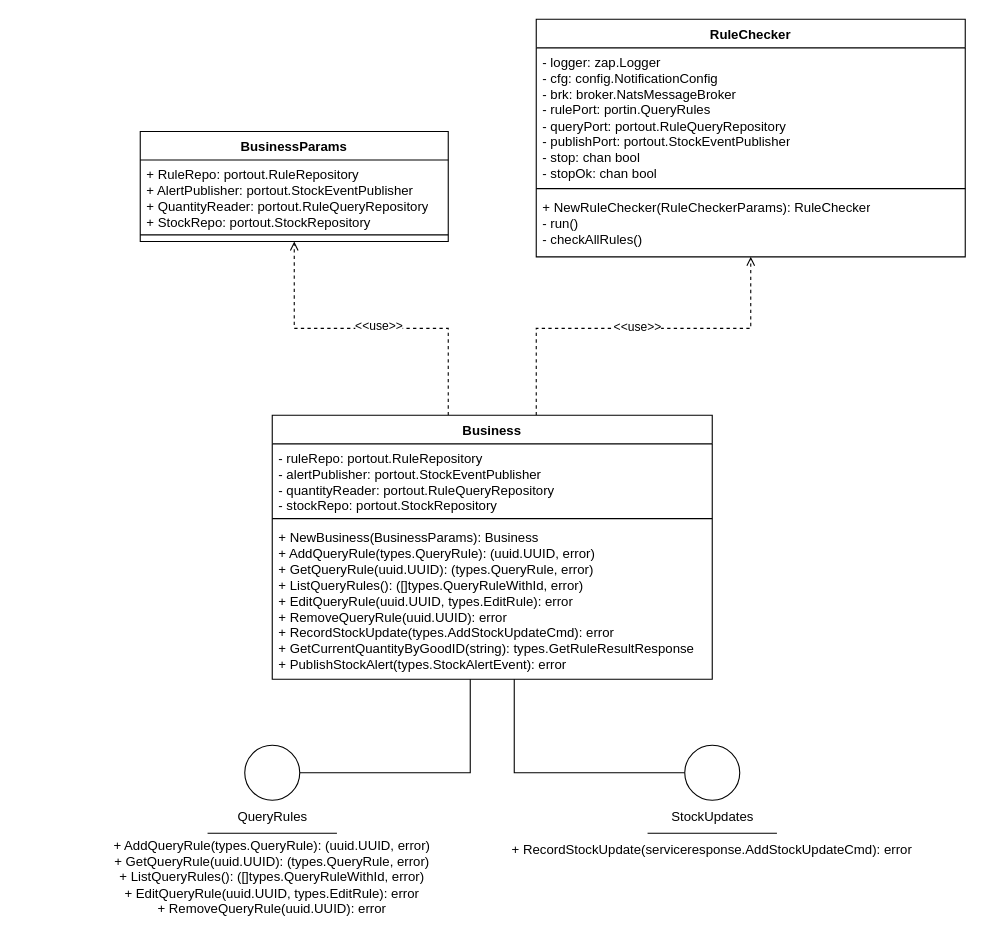
The draw.io diagram page "business" (3 of 4) of assets/drawio/notification.drawio in alimitedgroup/alimitedgroup.github.io, before the edit. Source tidied: cells renumbered, new cells numbered last; positions are measured from the earlier drawing's top-left corner, leaving out a move shared by most shapes. Both pictures are drawn from the tidied source at 110%, with x=0, y=0 at pixel (52, 19).
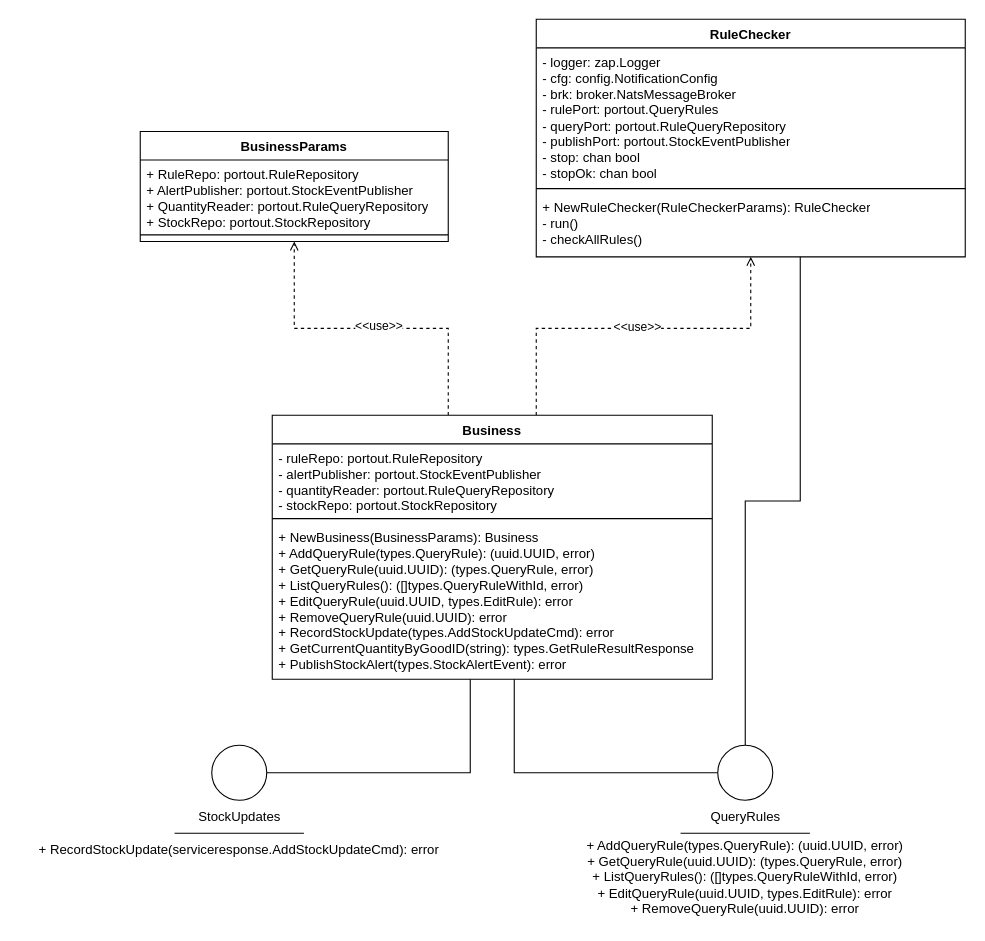
Above is the later version.

Unchanged cells that the change refers to:
```xml
<mxCell id="6" value="Business" style="swimlane;fontStyle=1;align=center;verticalAlign=top;horizontal=1;startSize=26;whiteSpace=wrap;html=1;" parent="1" vertex="1">
  <mxGeometry x="200" y="360" width="400" height="240" as="geometry" />
</mxCell>
<mxCell id="24" value="RuleChecker" style="swimlane;fontStyle=1;align=center;verticalAlign=top;horizontal=1;startSize=26;whiteSpace=wrap;html=1;" parent="1" vertex="1">
  <mxGeometry x="440" width="390" height="216" as="geometry" />
</mxCell>
```

What changed in the source:
```diff
@@
-    <mxCell id="14" style="edgeStyle=orthogonalEdgeStyle;shape=connector;rounded=0;jettySize=auto;html=1;strokeColor=default;align=center;verticalAlign=middle;fontFamily=Helvetica;fontSize=11;fontColor=default;labelBackgroundColor=default;endArrow=none;endFill=0;endSize=8;exitX=1;exitY=0.5;exitDx=0;exitDy=0;startFill=0;startArrow=none;" parent="1" edge="1" source="15" target="6">
+    <mxCell id="14" style="edgeStyle=orthogonalEdgeStyle;shape=connector;rounded=0;jettySize=auto;html=1;strokeColor=default;align=center;verticalAlign=middle;fontFamily=Helvetica;fontSize=11;fontColor=default;labelBackgroundColor=default;endArrow=none;endFill=0;endSize=8;startFill=0;startArrow=none;" parent="1" edge="1" source="15" target="6">
       <mxGeometry relative="1" as="geometry">
         <Array as="points">
-          <mxPoint x="380" y="685" />
+          <mxPoint x="420" y="685" />
         </Array>
       </mxGeometry>
     </mxCell>
+    <mxCell id="28" style="edgeStyle=orthogonalEdgeStyle;shape=connector;rounded=0;jettySize=auto;html=1;strokeColor=default;align=center;verticalAlign=middle;fontFamily=Helvetica;fontSize=11;fontColor=default;labelBackgroundColor=default;startArrow=none;startFill=0;endArrow=none;endFill=0;endSize=8;" parent="1" edge="1" source="15" target="24">
+      <mxGeometry relative="1" as="geometry">
+        <Array as="points">
+          <mxPoint x="630" y="438" />
+          <mxPoint x="680" y="438" />
+        </Array>
+      </mxGeometry>
+    </mxCell>
     <mxCell id="15" style="ellipse;whiteSpace=wrap;html=1;" parent="1" vertex="1">
-      <mxGeometry x="175" y="660" width="50" height="50" as="geometry" />
+      <mxGeometry x="605" y="660" width="50" height="50" as="geometry" />
     </mxCell>
     <mxCell id="16" value="QueryRules" style="text;html=1;align=center;verticalAlign=middle;whiteSpace=wrap;rounded=0;" parent="1" vertex="1">
-      <mxGeometry x="147.5" y="710" width="105" height="30" as="geometry" />
+      <mxGeometry x="577.5" y="710" width="105" height="30" as="geometry" />
     </mxCell>
     <mxCell id="17" style="endArrow=none;html=1;rounded=0;exitX=0;exitY=1;exitDx=0;exitDy=0;" parent="1" edge="1">
       <mxGeometry relative="1" as="geometry">
-        <mxPoint x="141.2" y="740" as="sourcePoint" />
-        <mxPoint x="258.8" y="740" as="targetPoint" />
+        <mxPoint x="571.2" y="740" as="sourcePoint" />
+        <mxPoint x="688.8" y="740" as="targetPoint" />
       </mxGeometry>
     </mxCell>
     <mxCell id="18" value="+ AddQueryRule(types.QueryRule): (uuid.UUID, error)&lt;br&gt;+ GetQueryRule(uuid.UUID): (types.QueryRule, error)&lt;br&gt;+ ListQueryRules(): ([]types.QueryRuleWithId, error)&lt;br&gt;+ EditQueryRule(uuid.UUID, types.EditRule): error&lt;br&gt;+ RemoveQueryRule(uuid.UUID): error" style="text;html=1;align=center;verticalAlign=middle;whiteSpace=wrap;rounded=0;" parent="1" vertex="1">
-      <mxGeometry y="740" width="400" height="80" as="geometry" />
+      <mxGeometry x="430" y="740" width="400" height="80" as="geometry" />
     </mxCell>
-    <mxCell id="19" style="edgeStyle=orthogonalEdgeStyle;shape=connector;rounded=0;jettySize=auto;html=1;strokeColor=default;align=center;verticalAlign=middle;fontFamily=Helvetica;fontSize=11;fontColor=default;labelBackgroundColor=default;endArrow=none;endFill=0;endSize=8;exitX=0;exitY=0.5;exitDx=0;exitDy=0;startArrow=none;startFill=0;" parent="1" edge="1" source="20" target="6">
+    <mxCell id="19" style="edgeStyle=orthogonalEdgeStyle;shape=connector;rounded=0;jettySize=auto;html=1;strokeColor=default;align=center;verticalAlign=middle;fontFamily=Helvetica;fontSize=11;fontColor=default;labelBackgroundColor=default;endArrow=none;endFill=0;endSize=8;startArrow=none;startFill=0;" parent="1" edge="1" source="20" target="6">
       <mxGeometry relative="1" as="geometry">
         <Array as="points">
-          <mxPoint x="420" y="685" />
+          <mxPoint x="380" y="685" />
         </Array>
       </mxGeometry>
     </mxCell>
     <mxCell id="20" style="ellipse;whiteSpace=wrap;html=1;" parent="1" vertex="1">
-      <mxGeometry x="575" y="660" width="50" height="50" as="geometry" />
+      <mxGeometry x="145" y="660" width="50" height="50" as="geometry" />
     </mxCell>
     <mxCell id="21" value="StockUpdates" style="text;html=1;align=center;verticalAlign=middle;whiteSpace=wrap;rounded=0;" parent="1" vertex="1">
-      <mxGeometry x="547.5" y="710" width="105" height="30" as="geometry" />
+      <mxGeometry x="117.5" y="710" width="105" height="30" as="geometry" />
     </mxCell>
     <mxCell id="22" style="endArrow=none;html=1;rounded=0;exitX=0;exitY=1;exitDx=0;exitDy=0;" parent="1" edge="1">
       <mxGeometry relative="1" as="geometry">
-        <mxPoint x="541.2" y="740" as="sourcePoint" />
-        <mxPoint x="658.8" y="740" as="targetPoint" />
+        <mxPoint x="111.2" y="740" as="sourcePoint" />
+        <mxPoint x="228.8" y="740" as="targetPoint" />
       </mxGeometry>
     </mxCell>
     <mxCell id="23" value="+ RecordStockUpdate(serviceresponse.AddStockUpdateCmd): error" style="text;html=1;align=center;verticalAlign=middle;whiteSpace=wrap;rounded=0;" parent="1" vertex="1">
-      <mxGeometry x="400" y="740" width="400" height="30" as="geometry" />
+      <mxGeometry x="-30" y="740" width="400" height="30" as="geometry" />
     </mxCell>
@@
-    <mxCell id="25" value="- logger: zap.Logger&lt;br&gt;- cfg: config.NotificationConfig&lt;br&gt;- brk: broker.NatsMessageBroker&lt;br&gt;- rulePort: portin.QueryRules&lt;br&gt;- queryPort: portout.RuleQueryRepository&lt;br&gt;- publishPort: portout.StockEventPublisher&lt;br&gt;- stop: chan bool&lt;br&gt;- stopOk: chan bool" style="text;strokeColor=none;fillColor=none;align=left;verticalAlign=top;spacingLeft=4;spacingRight=4;overflow=hidden;whiteSpace=wrap;html=1;" parent="24" vertex="1">
+    <mxCell id="25" value="- logger: zap.Logger&lt;br&gt;- cfg: config.NotificationConfig&lt;br&gt;- brk: broker.NatsMessageBroker&lt;br&gt;- rulePort: portout.QueryRules&lt;br&gt;- queryPort: portout.RuleQueryRepository&lt;br&gt;- publishPort: portout.StockEventPublisher&lt;br&gt;- stop: chan bool&lt;br&gt;- stopOk: chan bool" style="text;strokeColor=none;fillColor=none;align=left;verticalAlign=top;spacingLeft=4;spacingRight=4;overflow=hidden;whiteSpace=wrap;html=1;" parent="24" vertex="1">
       <mxGeometry y="26" width="390" height="124" as="geometry" />
     </mxCell>
```
